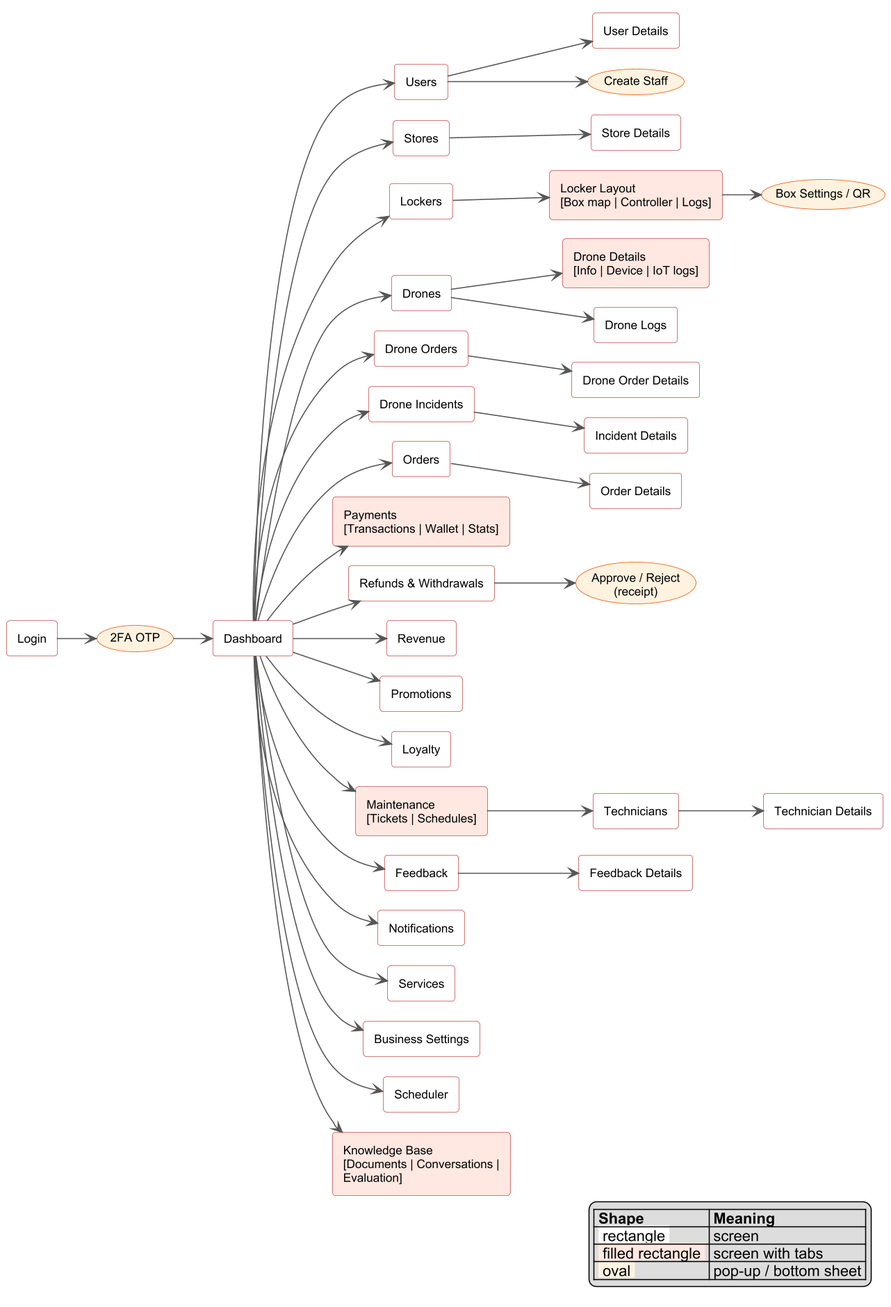
Before: rp3/srs-assets/diagrams/05c-flow-admin.png, a diagram exported from PlantUML (LockR-Tech/docs).
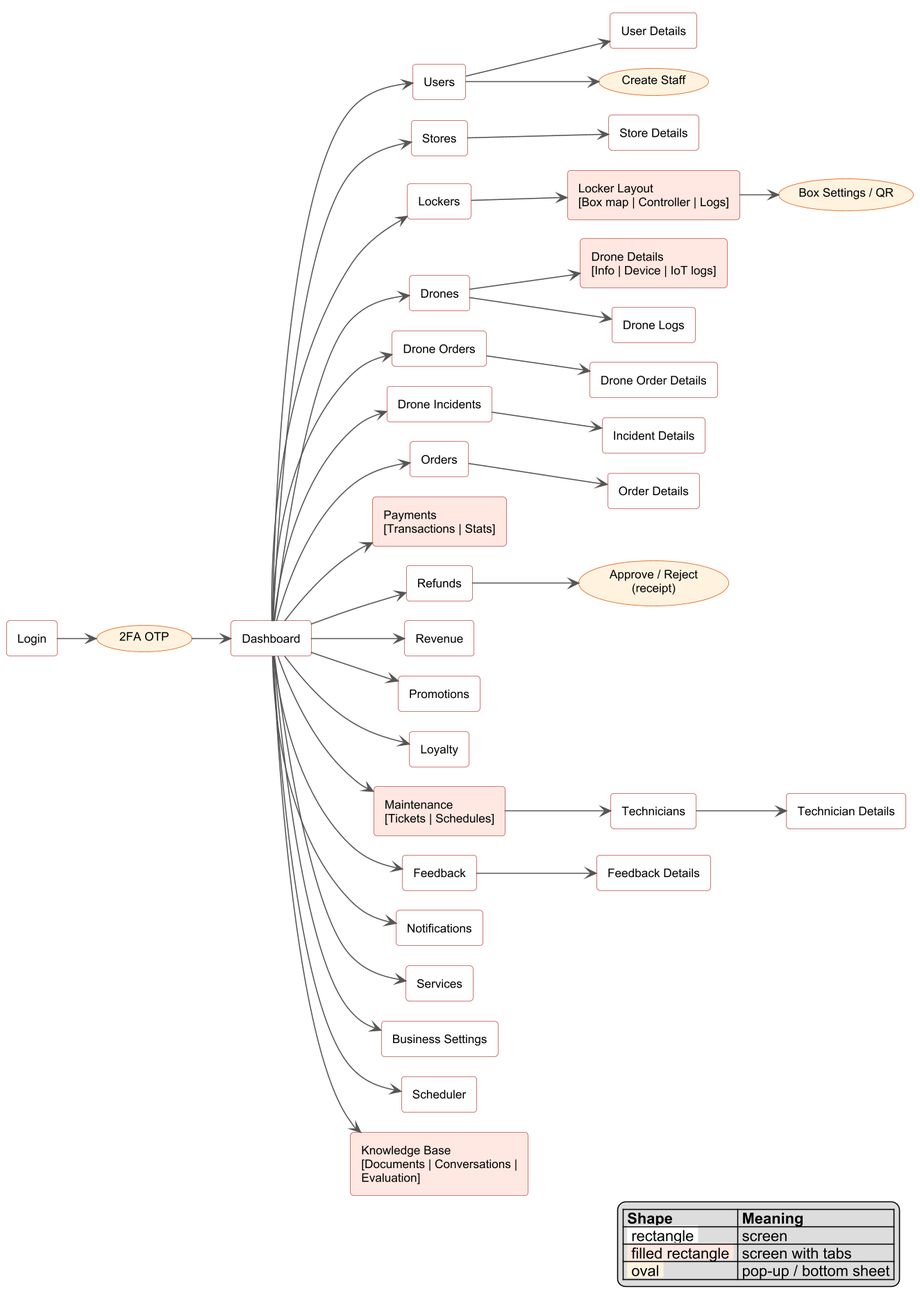
Later version of the same file.

Change to the diagram source:
```diff
@@ -41,8 +41,8 @@
 rectangle "Incident Details" as IDT
 rectangle "Orders" as OR
 rectangle "Order Details" as ODT
-rectangle "Payments\n[Transactions | Wallet | Stats]" as PM #FFE8E1
-rectangle "Refunds & Withdrawals" as RF
+rectangle "Payments\n[Transactions | Stats]" as PM #FFE8E1
+rectangle "Refunds" as RF
 usecase "Approve / Reject\n(receipt)" as AR
 rectangle "Revenue" as RV
 rectangle "Promotions" as PR
```
